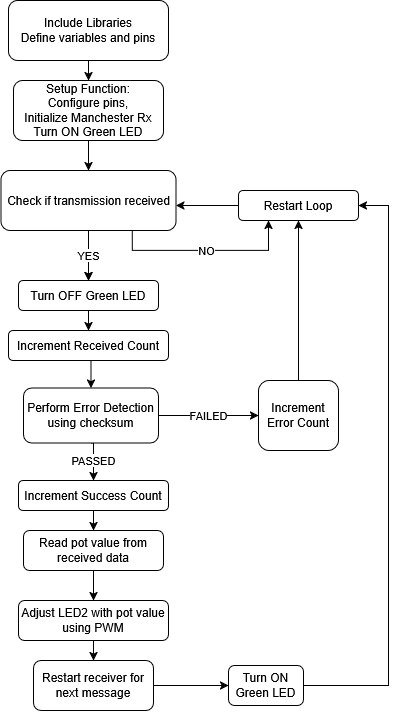
Earlier version of the draw.io export ReceiverFlowChart.drawio.png (Thomas1B/Digital_Communication_Final_Project). Source tidied: cells renumbered, new cells last; positions are measured from the earlier drawing's top-left corner, leaving out a move shared by most shapes. The source it was exported from:
```xml
<mxGraphModel>
  <root>
    <mxCell id="0" />
    <mxCell id="1" parent="0" />
    <mxCell id="2" style="edgeStyle=orthogonalEdgeStyle;rounded=0;jettySize=auto;html=1;exitX=0.5;exitY=1;exitDx=0;exitDy=0;entryX=0.5;entryY=0;entryDx=0;entryDy=0;" parent="1" edge="1" source="3" target="5">
      <mxGeometry relative="1" as="geometry" />
    </mxCell>
    <mxCell id="3" value="&lt;div&gt;Include Libraries&lt;/div&gt;&lt;div&gt;Define variables and pins&lt;/div&gt;" style="rounded=1;whiteSpace=wrap;html=1;" parent="1" vertex="1">
      <mxGeometry x="8" width="160" height="60" as="geometry" />
    </mxCell>
    <mxCell id="4" style="edgeStyle=orthogonalEdgeStyle;rounded=0;jettySize=auto;html=1;exitX=0.5;exitY=1;exitDx=0;exitDy=0;entryX=0.5;entryY=0;entryDx=0;entryDy=0;" parent="1" edge="1" source="5" target="11">
      <mxGeometry relative="1" as="geometry" />
    </mxCell>
    <mxCell id="5" value="&lt;div&gt;Setup Function:&lt;/div&gt;&lt;div&gt;Configure pins,&lt;/div&gt;&lt;div&gt;Initialize Manchester Rx&lt;/div&gt;&lt;div&gt;Turn ON Green LED&lt;/div&gt;" style="rounded=1;whiteSpace=wrap;html=1;" parent="1" vertex="1">
      <mxGeometry x="13" y="80" width="150" height="60" as="geometry" />
    </mxCell>
    <mxCell id="6" style="edgeStyle=orthogonalEdgeStyle;rounded=0;jettySize=auto;html=1;exitX=0.5;exitY=1;exitDx=0;exitDy=0;entryX=0.5;entryY=0;entryDx=0;entryDy=0;" parent="1" edge="1" source="11" target="13">
      <mxGeometry relative="1" as="geometry" />
    </mxCell>
    <mxCell id="7" style="edgeStyle=orthogonalEdgeStyle;rounded=0;jettySize=auto;html=1;" parent="1" edge="1" source="11" target="13">
      <mxGeometry relative="1" as="geometry" />
    </mxCell>
    <mxCell id="8" value="YES" style="edgeLabel;html=1;align=center;verticalAlign=middle;" parent="7" vertex="1">
      <mxGeometry relative="1" as="geometry" />
    </mxCell>
    <mxCell id="9" style="edgeStyle=orthogonalEdgeStyle;rounded=0;jettySize=auto;html=1;exitX=0.75;exitY=1;exitDx=0;exitDy=0;entryX=0.25;entryY=1;entryDx=0;entryDy=0;" parent="1" edge="1" source="11" target="26">
      <mxGeometry relative="1" as="geometry" />
    </mxCell>
    <mxCell id="10" value="NO" style="edgeLabel;html=1;align=center;verticalAlign=middle;" parent="9" vertex="1">
      <mxGeometry relative="1" as="geometry" />
    </mxCell>
    <mxCell id="11" value="Check if transmission received" style="rounded=1;whiteSpace=wrap;html=1;" parent="1" vertex="1">
      <mxGeometry x="0.5" y="170" width="175" height="60" as="geometry" />
    </mxCell>
    <mxCell id="12" style="edgeStyle=orthogonalEdgeStyle;rounded=0;jettySize=auto;html=1;exitX=0.5;exitY=1;exitDx=0;exitDy=0;entryX=0.5;entryY=0;entryDx=0;entryDy=0;" parent="1" edge="1" source="13" target="15">
      <mxGeometry relative="1" as="geometry">
        <Array as="points">
          <mxPoint x="88" y="320" />
          <mxPoint x="88" y="320" />
        </Array>
      </mxGeometry>
    </mxCell>
    <mxCell id="13" value="Turn OFF Green LED" style="rounded=1;whiteSpace=wrap;html=1;" parent="1" vertex="1">
      <mxGeometry x="18" y="280" width="140" height="30" as="geometry" />
    </mxCell>
    <mxCell id="14" style="edgeStyle=orthogonalEdgeStyle;rounded=0;jettySize=auto;html=1;exitX=0.5;exitY=1;exitDx=0;exitDy=0;entryX=0.5;entryY=0;entryDx=0;entryDy=0;" parent="1" edge="1" source="15" target="20">
      <mxGeometry relative="1" as="geometry" />
    </mxCell>
    <mxCell id="15" value="Increment Received Count" style="rounded=1;whiteSpace=wrap;html=1;" parent="1" vertex="1">
      <mxGeometry x="8" y="330" width="160" height="30" as="geometry" />
    </mxCell>
    <mxCell id="16" style="edgeStyle=orthogonalEdgeStyle;rounded=0;jettySize=auto;html=1;exitX=0.5;exitY=1;exitDx=0;exitDy=0;entryX=0.5;entryY=0;entryDx=0;entryDy=0;" parent="1" edge="1" source="20" target="22">
      <mxGeometry relative="1" as="geometry" />
    </mxCell>
    <mxCell id="17" value="PASSED" style="edgeLabel;html=1;align=center;verticalAlign=middle;" parent="16" vertex="1">
      <mxGeometry relative="1" as="geometry" />
    </mxCell>
    <mxCell id="18" style="edgeStyle=orthogonalEdgeStyle;rounded=0;jettySize=auto;html=1;exitX=1;exitY=0.5;exitDx=0;exitDy=0;entryX=0;entryY=0.5;entryDx=0;entryDy=0;" parent="1" edge="1" source="20" target="24">
      <mxGeometry relative="1" as="geometry" />
    </mxCell>
    <mxCell id="19" value="FAILED" style="edgeLabel;html=1;align=center;verticalAlign=middle;" parent="18" vertex="1">
      <mxGeometry relative="1" as="geometry" />
    </mxCell>
    <mxCell id="20" value="Perform Error Detection using checksum" style="rounded=1;whiteSpace=wrap;html=1;" parent="1" vertex="1">
      <mxGeometry x="23" y="387.5" width="135" height="55" as="geometry" />
    </mxCell>
    <mxCell id="21" style="edgeStyle=orthogonalEdgeStyle;rounded=0;jettySize=auto;html=1;exitX=0.5;exitY=1;exitDx=0;exitDy=0;entryX=0.5;entryY=0;entryDx=0;entryDy=0;" parent="1" edge="1" source="22" target="28">
      <mxGeometry relative="1" as="geometry" />
    </mxCell>
    <mxCell id="22" value="Increment Success Count" style="rounded=1;whiteSpace=wrap;html=1;" parent="1" vertex="1">
      <mxGeometry x="18" y="480" width="150" height="30" as="geometry" />
    </mxCell>
    <mxCell id="23" style="edgeStyle=orthogonalEdgeStyle;rounded=0;jettySize=auto;html=1;exitX=0.5;exitY=0;exitDx=0;exitDy=0;entryX=0.5;entryY=1;entryDx=0;entryDy=0;" parent="1" edge="1" source="24" target="26">
      <mxGeometry relative="1" as="geometry" />
    </mxCell>
    <mxCell id="24" value="Increment Error Count" style="rounded=1;whiteSpace=wrap;html=1;" parent="1" vertex="1">
      <mxGeometry x="258" y="380" width="80" height="70" as="geometry" />
    </mxCell>
    <mxCell id="25" style="edgeStyle=orthogonalEdgeStyle;rounded=0;jettySize=auto;html=1;exitX=0;exitY=0.5;exitDx=0;exitDy=0;" parent="1" edge="1" source="26" target="11">
      <mxGeometry relative="1" as="geometry">
        <Array as="points">
          <mxPoint x="198" y="205" />
          <mxPoint x="198" y="205" />
        </Array>
      </mxGeometry>
    </mxCell>
    <mxCell id="26" value="Restart Loop" style="rounded=1;whiteSpace=wrap;html=1;" parent="1" vertex="1">
      <mxGeometry x="238" y="190" width="120" height="30" as="geometry" />
    </mxCell>
    <mxCell id="27" style="edgeStyle=orthogonalEdgeStyle;rounded=0;jettySize=auto;html=1;exitX=0.5;exitY=1;exitDx=0;exitDy=0;entryX=0.5;entryY=0;entryDx=0;entryDy=0;" parent="1" edge="1" source="28" target="30">
      <mxGeometry relative="1" as="geometry">
        <Array as="points">
          <mxPoint x="93" y="570" />
        </Array>
      </mxGeometry>
    </mxCell>
    <mxCell id="28" value="Read pot value from received data" style="rounded=1;whiteSpace=wrap;html=1;" parent="1" vertex="1">
      <mxGeometry x="23" y="530" width="140" height="40" as="geometry" />
    </mxCell>
    <mxCell id="29" style="edgeStyle=orthogonalEdgeStyle;rounded=0;jettySize=auto;html=1;exitX=0.5;exitY=1;exitDx=0;exitDy=0;entryX=0.5;entryY=0;entryDx=0;entryDy=0;" parent="1" edge="1" source="30" target="33">
      <mxGeometry relative="1" as="geometry" />
    </mxCell>
    <mxCell id="30" value="&lt;div&gt;Adjust LED2 with pot value using PWM&lt;/div&gt;" style="rounded=1;whiteSpace=wrap;html=1;" parent="1" vertex="1">
      <mxGeometry x="18" y="600" width="150" height="40" as="geometry" />
    </mxCell>
    <mxCell id="31" style="edgeStyle=orthogonalEdgeStyle;rounded=0;jettySize=auto;html=1;exitX=1;exitY=0.5;exitDx=0;exitDy=0;entryX=1;entryY=0.5;entryDx=0;entryDy=0;" parent="1" edge="1" source="34" target="26">
      <mxGeometry relative="1" as="geometry">
        <Array as="points">
          <mxPoint x="388" y="685" />
          <mxPoint x="388" y="205" />
        </Array>
      </mxGeometry>
    </mxCell>
    <mxCell id="32" style="edgeStyle=orthogonalEdgeStyle;rounded=0;jettySize=auto;html=1;exitX=1;exitY=0.5;exitDx=0;exitDy=0;entryX=0;entryY=0.5;entryDx=0;entryDy=0;" parent="1" edge="1" source="33" target="34">
      <mxGeometry relative="1" as="geometry" />
    </mxCell>
    <mxCell id="33" value="Restart receiver for next message" style="rounded=1;whiteSpace=wrap;html=1;" parent="1" vertex="1">
      <mxGeometry x="33" y="660" width="120" height="50" as="geometry" />
    </mxCell>
    <mxCell id="34" value="Turn ON Green LED" style="rounded=1;whiteSpace=wrap;html=1;" parent="1" vertex="1">
      <mxGeometry x="228" y="665" width="75" height="40" as="geometry" />
    </mxCell>
  </root>
</mxGraphModel>
```
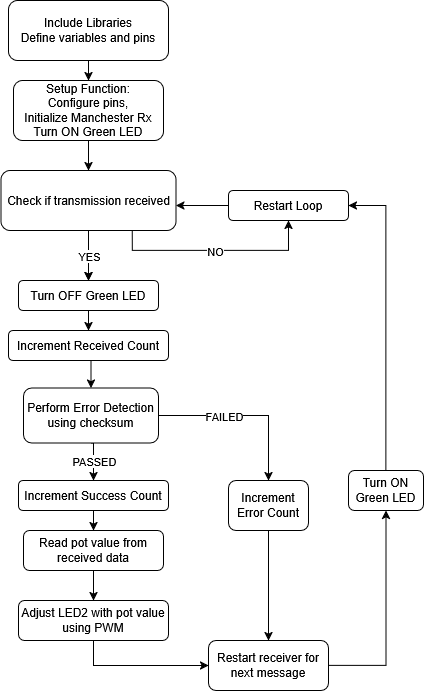
Above is the later version.

What changed in the source:
```diff
@@ -14,16 +14,16 @@
     <mxCell id="5" value="&lt;div&gt;Setup Function:&lt;/div&gt;&lt;div&gt;Configure pins,&lt;/div&gt;&lt;div&gt;Initialize Manchester Rx&lt;/div&gt;&lt;div&gt;Turn ON Green LED&lt;/div&gt;" style="rounded=1;whiteSpace=wrap;html=1;" parent="1" vertex="1">
       <mxGeometry x="13" y="80" width="150" height="60" as="geometry" />
     </mxCell>
-    <mxCell id="6" style="edgeStyle=orthogonalEdgeStyle;rounded=0;jettySize=auto;html=1;exitX=0.5;exitY=1;exitDx=0;exitDy=0;entryX=0.5;entryY=0;entryDx=0;entryDy=0;" parent="1" edge="1" source="11" target="13">
-      <mxGeometry relative="1" as="geometry" />
-    </mxCell>
-    <mxCell id="7" style="edgeStyle=orthogonalEdgeStyle;rounded=0;jettySize=auto;html=1;" parent="1" edge="1" source="11" target="13">
-      <mxGeometry relative="1" as="geometry" />
-    </mxCell>
+    <mxCell id="35" style="edgeStyle=orthogonalEdgeStyle;rounded=0;jettySize=auto;html=1;exitX=0.5;exitY=1;exitDx=0;exitDy=0;entryX=0.5;entryY=0;entryDx=0;entryDy=0;" parent="1" edge="1" source="11" target="13">
+      <mxGeometry relative="1" as="geometry" />
+    </mxCell>
+    <mxCell id="36" style="edgeStyle=orthogonalEdgeStyle;rounded=0;jettySize=auto;html=1;" parent="1" edge="1" source="11" target="13">
+      <mxGeometry relative="1" as="geometry" />
+    </mxCell>
-    <mxCell id="8" value="YES" style="edgeLabel;html=1;align=center;verticalAlign=middle;" parent="7" vertex="1">
+    <mxCell id="8" value="YES" style="edgeLabel;html=1;align=center;verticalAlign=middle;" parent="36" vertex="1">
       <mxGeometry relative="1" as="geometry" />
     </mxCell>
-    <mxCell id="9" style="edgeStyle=orthogonalEdgeStyle;rounded=0;jettySize=auto;html=1;exitX=0.75;exitY=1;exitDx=0;exitDy=0;entryX=0.25;entryY=1;entryDx=0;entryDy=0;" parent="1" edge="1" source="11" target="26">
+    <mxCell id="9" style="edgeStyle=orthogonalEdgeStyle;rounded=0;jettySize=auto;html=1;exitX=0.75;exitY=1;exitDx=0;exitDy=0;entryX=0.5;entryY=1;entryDx=0;entryDy=0;" parent="1" edge="1" source="11" target="26">
       <mxGeometry relative="1" as="geometry" />
     </mxCell>
     <mxCell id="10" value="NO" style="edgeLabel;html=1;align=center;verticalAlign=middle;" parent="9" vertex="1">
@@ -55,11 +55,13 @@
     <mxCell id="17" value="PASSED" style="edgeLabel;html=1;align=center;verticalAlign=middle;" parent="16" vertex="1">
       <mxGeometry relative="1" as="geometry" />
     </mxCell>
-    <mxCell id="18" style="edgeStyle=orthogonalEdgeStyle;rounded=0;jettySize=auto;html=1;exitX=1;exitY=0.5;exitDx=0;exitDy=0;entryX=0;entryY=0.5;entryDx=0;entryDy=0;" parent="1" edge="1" source="20" target="24">
+    <mxCell id="18" style="edgeStyle=orthogonalEdgeStyle;rounded=0;jettySize=auto;html=1;exitX=1;exitY=0.5;exitDx=0;exitDy=0;entryX=0.5;entryY=0;entryDx=0;entryDy=0;" parent="1" edge="1" source="20" target="24">
       <mxGeometry relative="1" as="geometry" />
     </mxCell>
     <mxCell id="19" value="FAILED" style="edgeLabel;html=1;align=center;verticalAlign=middle;" parent="18" vertex="1">
-      <mxGeometry relative="1" as="geometry" />
+      <mxGeometry relative="1" as="geometry">
+        <mxPoint x="-23" as="offset" />
+      </mxGeometry>
     </mxCell>
     <mxCell id="20" value="Perform Error Detection using checksum" style="rounded=1;whiteSpace=wrap;html=1;" parent="1" vertex="1">
       <mxGeometry x="23" y="387.5" width="135" height="55" as="geometry" />
@@ -70,11 +72,11 @@
     <mxCell id="22" value="Increment Success Count" style="rounded=1;whiteSpace=wrap;html=1;" parent="1" vertex="1">
       <mxGeometry x="18" y="480" width="150" height="30" as="geometry" />
     </mxCell>
-    <mxCell id="23" style="edgeStyle=orthogonalEdgeStyle;rounded=0;jettySize=auto;html=1;exitX=0.5;exitY=0;exitDx=0;exitDy=0;entryX=0.5;entryY=1;entryDx=0;entryDy=0;" parent="1" edge="1" source="24" target="26">
-      <mxGeometry relative="1" as="geometry" />
-    </mxCell>
+    <mxCell id="37" style="edgeStyle=orthogonalEdgeStyle;rounded=0;jettySize=auto;html=1;exitX=0.5;exitY=1;exitDx=0;exitDy=0;entryX=0.5;entryY=0;entryDx=0;entryDy=0;" parent="1" edge="1" source="24" target="33">
+      <mxGeometry relative="1" as="geometry" />
+    </mxCell>
     <mxCell id="24" value="Increment Error Count" style="rounded=1;whiteSpace=wrap;html=1;" parent="1" vertex="1">
-      <mxGeometry x="258" y="380" width="80" height="70" as="geometry" />
+      <mxGeometry x="228" y="480" width="80" height="50" as="geometry" />
     </mxCell>
     <mxCell id="25" style="edgeStyle=orthogonalEdgeStyle;rounded=0;jettySize=auto;html=1;exitX=0;exitY=0.5;exitDx=0;exitDy=0;" parent="1" edge="1" source="26" target="11">
       <mxGeometry relative="1" as="geometry">
@@ -85,7 +87,7 @@
       </mxGeometry>
     </mxCell>
     <mxCell id="26" value="Restart Loop" style="rounded=1;whiteSpace=wrap;html=1;" parent="1" vertex="1">
-      <mxGeometry x="238" y="190" width="120" height="30" as="geometry" />
+      <mxGeometry x="228" y="190" width="120" height="30" as="geometry" />
     </mxCell>
     <mxCell id="27" style="edgeStyle=orthogonalEdgeStyle;rounded=0;jettySize=auto;html=1;exitX=0.5;exitY=1;exitDx=0;exitDy=0;entryX=0.5;entryY=0;entryDx=0;entryDy=0;" parent="1" edge="1" source="28" target="30">
       <mxGeometry relative="1" as="geometry">
@@ -97,28 +99,23 @@
     <mxCell id="28" value="Read pot value from received data" style="rounded=1;whiteSpace=wrap;html=1;" parent="1" vertex="1">
       <mxGeometry x="23" y="530" width="140" height="40" as="geometry" />
     </mxCell>
-    <mxCell id="29" style="edgeStyle=orthogonalEdgeStyle;rounded=0;jettySize=auto;html=1;exitX=0.5;exitY=1;exitDx=0;exitDy=0;entryX=0.5;entryY=0;entryDx=0;entryDy=0;" parent="1" edge="1" source="30" target="33">
+    <mxCell id="29" style="edgeStyle=orthogonalEdgeStyle;rounded=0;jettySize=auto;html=1;exitX=0.5;exitY=1;exitDx=0;exitDy=0;entryX=0;entryY=0.5;entryDx=0;entryDy=0;" parent="1" edge="1" source="30" target="33">
       <mxGeometry relative="1" as="geometry" />
     </mxCell>
     <mxCell id="30" value="&lt;div&gt;Adjust LED2 with pot value using PWM&lt;/div&gt;" style="rounded=1;whiteSpace=wrap;html=1;" parent="1" vertex="1">
       <mxGeometry x="18" y="600" width="150" height="40" as="geometry" />
     </mxCell>
-    <mxCell id="31" style="edgeStyle=orthogonalEdgeStyle;rounded=0;jettySize=auto;html=1;exitX=1;exitY=0.5;exitDx=0;exitDy=0;entryX=1;entryY=0.5;entryDx=0;entryDy=0;" parent="1" edge="1" source="34" target="26">
-      <mxGeometry relative="1" as="geometry">
-        <Array as="points">
-          <mxPoint x="388" y="685" />
-          <mxPoint x="388" y="205" />
-        </Array>
-      </mxGeometry>
-    </mxCell>
-    <mxCell id="32" style="edgeStyle=orthogonalEdgeStyle;rounded=0;jettySize=auto;html=1;exitX=1;exitY=0.5;exitDx=0;exitDy=0;entryX=0;entryY=0.5;entryDx=0;entryDy=0;" parent="1" edge="1" source="33" target="34">
+    <mxCell id="32" style="edgeStyle=orthogonalEdgeStyle;rounded=0;jettySize=auto;html=1;exitX=1;exitY=0.5;exitDx=0;exitDy=0;entryX=0.5;entryY=1;entryDx=0;entryDy=0;" parent="1" edge="1" source="33" target="34">
       <mxGeometry relative="1" as="geometry" />
     </mxCell>
     <mxCell id="33" value="Restart receiver for next message" style="rounded=1;whiteSpace=wrap;html=1;" parent="1" vertex="1">
-      <mxGeometry x="33" y="660" width="120" height="50" as="geometry" />
+      <mxGeometry x="208" y="640" width="120" height="50" as="geometry" />
     </mxCell>
+    <mxCell id="31" style="edgeStyle=orthogonalEdgeStyle;rounded=0;jettySize=auto;html=1;exitX=0.5;exitY=0;exitDx=0;exitDy=0;entryX=1;entryY=0.5;entryDx=0;entryDy=0;" parent="1" edge="1" source="34" target="26">
+      <mxGeometry relative="1" as="geometry" />
+    </mxCell>
     <mxCell id="34" value="Turn ON Green LED" style="rounded=1;whiteSpace=wrap;html=1;" parent="1" vertex="1">
-      <mxGeometry x="228" y="665" width="75" height="40" as="geometry" />
+      <mxGeometry x="348" y="470" width="75" height="40" as="geometry" />
     </mxCell>
   </root>
 </mxGraphModel>
```
